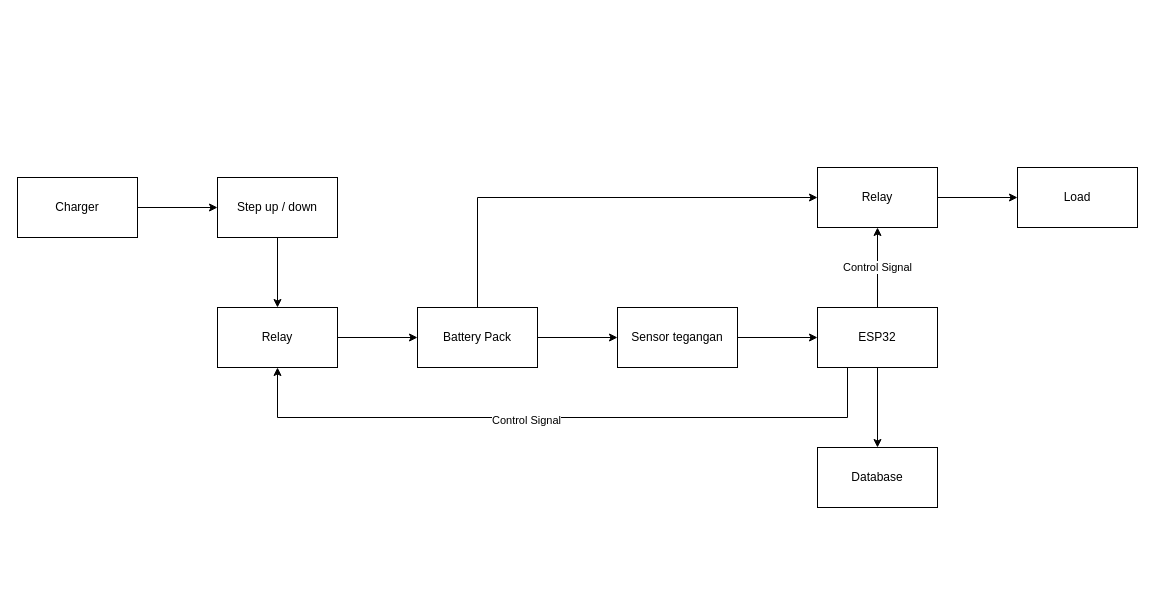
thomsardi/battery-monitoring keeps this draw.io diagram as Working diagram.drawio. Above is the earlier version. Source tidied: cells renumbered, new cells numbered last; positions are measured from the earlier drawing's top-left corner, leaving out a move shared by most shapes. Both pictures are drawn from the tidied source at 100%, with x=0, y=0 at pixel (17, 167).
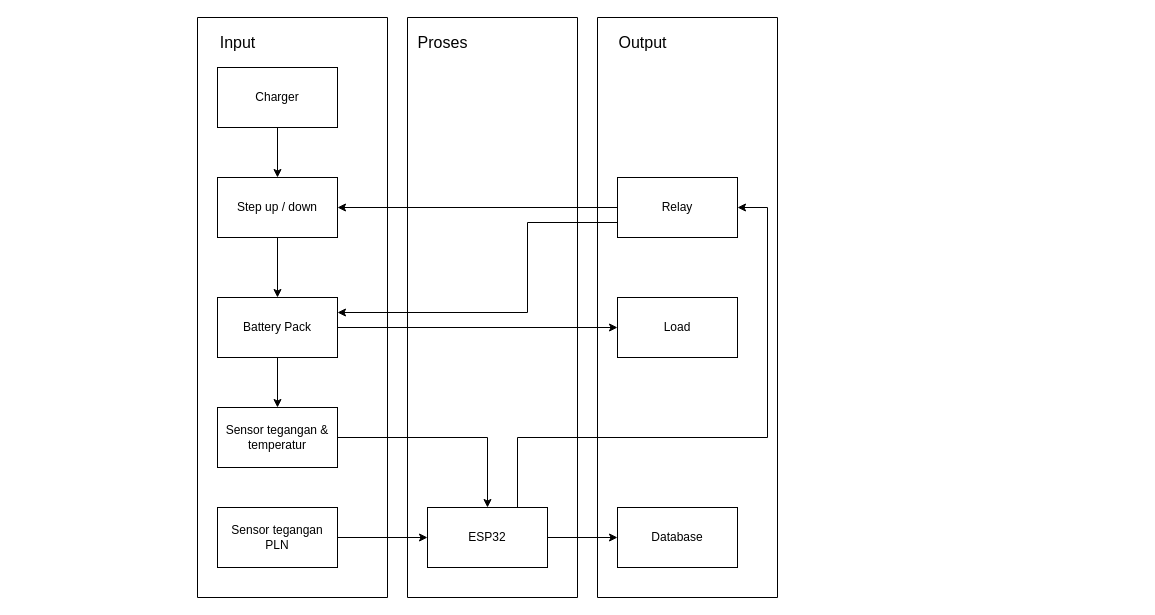
The same diagram, later.

Unchanged cells that the change refers to:
```xml
<mxCell id="5" value="Step up / down" style="rounded=0;whiteSpace=wrap;html=1;" parent="1" vertex="1">
  <mxGeometry x="200" y="10" width="120" height="60" as="geometry" />
</mxCell>
```

Diff of the diagram source:
```diff
@@
     <mxCell id="3" value="Charger" style="rounded=0;whiteSpace=wrap;html=1;" parent="1" vertex="1">
-      <mxGeometry y="10" width="120" height="60" as="geometry" />
+      <mxGeometry x="200" y="-100" width="120" height="60" as="geometry" />
     </mxCell>
-    <mxCell id="4" style="edgeStyle=orthogonalEdgeStyle;rounded=0;jettySize=auto;html=1;" parent="1" edge="1" source="5" target="7">
-      <mxGeometry relative="1" as="geometry" />
-    </mxCell>
+    <mxCell id="22" style="edgeStyle=orthogonalEdgeStyle;rounded=0;jettySize=auto;html=1;" parent="1" edge="1" source="5" target="10">
+      <mxGeometry relative="1" as="geometry" />
+    </mxCell>
@@
-    <mxCell id="6" style="edgeStyle=orthogonalEdgeStyle;rounded=0;jettySize=auto;html=1;" parent="1" edge="1" source="7" target="10">
-      <mxGeometry relative="1" as="geometry" />
-    </mxCell>
-    <mxCell id="7" value="Relay" style="rounded=0;whiteSpace=wrap;html=1;" parent="1" vertex="1">
-      <mxGeometry x="200" y="140" width="120" height="60" as="geometry" />
-    </mxCell>
@@
-    <mxCell id="9" style="edgeStyle=orthogonalEdgeStyle;rounded=0;jettySize=auto;html=1;entryX=0;entryY=0.5;entryDx=0;entryDy=0;" parent="1" edge="1" source="10" target="18">
-      <mxGeometry relative="1" as="geometry">
-        <Array as="points">
-          <mxPoint x="460" y="30" />
-        </Array>
-      </mxGeometry>
-    </mxCell>
+    <mxCell id="23" style="edgeStyle=orthogonalEdgeStyle;rounded=0;jettySize=auto;html=1;" parent="1" edge="1" source="10" target="21">
+      <mxGeometry relative="1" as="geometry" />
+    </mxCell>
     <mxCell id="10" value="Battery Pack" style="rounded=0;whiteSpace=wrap;html=1;" parent="1" vertex="1">
-      <mxGeometry x="400" y="140" width="120" height="60" as="geometry" />
+      <mxGeometry x="200" y="130" width="120" height="60" as="geometry" />
     </mxCell>
-    <mxCell id="11" style="edgeStyle=orthogonalEdgeStyle;rounded=0;jettySize=auto;html=1;" parent="1" edge="1" source="12" target="15">
+    <mxCell id="11" style="edgeStyle=orthogonalEdgeStyle;rounded=0;jettySize=auto;html=1;entryX=0.5;entryY=0;entryDx=0;entryDy=0;" parent="1" edge="1" source="12" target="15">
       <mxGeometry relative="1" as="geometry" />
     </mxCell>
-    <mxCell id="12" value="Sensor tegangan" style="rounded=0;whiteSpace=wrap;html=1;" parent="1" vertex="1">
-      <mxGeometry x="600" y="140" width="120" height="60" as="geometry" />
+    <mxCell id="12" value="Sensor tegangan &amp;amp; temperatur" style="rounded=0;whiteSpace=wrap;html=1;" parent="1" vertex="1">
+      <mxGeometry x="200" y="240" width="120" height="60" as="geometry" />
     </mxCell>
@@
-    <mxCell id="14" value="Control Signal" style="edgeStyle=orthogonalEdgeStyle;rounded=0;jettySize=auto;html=1;" parent="1" edge="1" source="15" target="18">
-      <mxGeometry relative="1" as="geometry" />
-    </mxCell>
     <mxCell id="15" value="ESP32" style="rounded=0;whiteSpace=wrap;html=1;" parent="1" vertex="1">
-      <mxGeometry x="800" y="140" width="120" height="60" as="geometry" />
+      <mxGeometry x="410" y="340" width="120" height="60" as="geometry" />
     </mxCell>
     <mxCell id="16" value="Database" style="rounded=0;whiteSpace=wrap;html=1;" parent="1" vertex="1">
-      <mxGeometry x="800" y="280" width="120" height="60" as="geometry" />
+      <mxGeometry x="600" y="340" width="120" height="60" as="geometry" />
     </mxCell>
-    <mxCell id="17" style="edgeStyle=orthogonalEdgeStyle;rounded=0;jettySize=auto;html=1;" parent="1" edge="1" source="18" target="21">
-      <mxGeometry relative="1" as="geometry" />
-    </mxCell>
-    <mxCell id="18" value="Relay" style="rounded=0;whiteSpace=wrap;html=1;" parent="1" vertex="1">
-      <mxGeometry x="800" width="120" height="60" as="geometry" />
-    </mxCell>
-    <mxCell id="19" style="endArrow=classic;html=1;rounded=0;entryX=0.5;entryY=1;entryDx=0;entryDy=0;exitX=0.25;exitY=1;exitDx=0;exitDy=0;" parent="1" edge="1" source="15" target="7">
-      <mxGeometry relative="1" as="geometry">
-        <Array as="points">
-          <mxPoint x="830" y="250" />
-          <mxPoint x="260" y="250" />
-        </Array>
-      </mxGeometry>
-    </mxCell>
-    <mxCell id="20" value="Control Signal" style="edgeLabel;html=1;align=center;verticalAlign=middle;" parent="19" vertex="1">
-      <mxGeometry x="0.11" y="2" relative="1" as="geometry" />
-    </mxCell>
     <mxCell id="21" value="Load" style="rounded=0;whiteSpace=wrap;html=1;" parent="1" vertex="1">
-      <mxGeometry x="1000" width="120" height="60" as="geometry" />
+      <mxGeometry x="600" y="130" width="120" height="60" as="geometry" />
     </mxCell>
+    <mxCell id="24" style="edgeStyle=orthogonalEdgeStyle;rounded=0;jettySize=auto;html=1;" parent="1" edge="1" source="25" target="15">
+      <mxGeometry relative="1" as="geometry" />
+    </mxCell>
+    <mxCell id="25" value="Sensor tegangan PLN" style="rounded=0;whiteSpace=wrap;html=1;" parent="1" vertex="1">
+      <mxGeometry x="200" y="340" width="120" height="60" as="geometry" />
+    </mxCell>
+    <mxCell id="26" style="edgeStyle=orthogonalEdgeStyle;rounded=0;jettySize=auto;html=1;entryX=1;entryY=0.5;entryDx=0;entryDy=0;" parent="1" edge="1" source="27" target="5">
+      <mxGeometry relative="1" as="geometry" />
+    </mxCell>
+    <mxCell id="27" value="Relay" style="rounded=0;whiteSpace=wrap;html=1;" parent="1" vertex="1">
+      <mxGeometry x="600" y="10" width="120" height="60" as="geometry" />
+    </mxCell>
+    <mxCell id="28" style="endArrow=classic;html=1;rounded=0;exitX=0.75;exitY=0;exitDx=0;exitDy=0;entryX=1;entryY=0.5;entryDx=0;entryDy=0;" parent="1" edge="1" source="15" target="27">
+      <mxGeometry relative="1" as="geometry">
+        <Array as="points">
+          <mxPoint x="500" y="270" />
+          <mxPoint x="750" y="270" />
+          <mxPoint x="750" y="40" />
+        </Array>
+      </mxGeometry>
+    </mxCell>
+    <mxCell id="29" style="endArrow=classic;html=1;rounded=0;entryX=1;entryY=0.25;entryDx=0;entryDy=0;exitX=0;exitY=0.75;exitDx=0;exitDy=0;" parent="1" edge="1" source="27" target="10">
+      <mxGeometry relative="1" as="geometry">
+        <Array as="points">
+          <mxPoint x="510" y="55" />
+          <mxPoint x="510" y="145" />
+        </Array>
+      </mxGeometry>
+    </mxCell>
+    <mxCell id="30" style="swimlane;startSize=0;" parent="1" vertex="1">
+      <mxGeometry x="180" y="-150" width="190" height="580" as="geometry" />
+    </mxCell>
+    <mxCell id="31" value="Input" style="text;html=1;align=center;verticalAlign=middle;strokeColor=none;fillColor=none;fontSize=16;" parent="30" vertex="1">
+      <mxGeometry x="10" y="10" width="60" height="30" as="geometry" />
+    </mxCell>
+    <mxCell id="32" style="swimlane;startSize=0;" parent="1" vertex="1">
+      <mxGeometry x="390" y="-150" width="170" height="580" as="geometry" />
+    </mxCell>
+    <mxCell id="33" value="Proses" style="text;html=1;align=center;verticalAlign=middle;strokeColor=none;fillColor=none;fontSize=16;" parent="32" vertex="1">
+      <mxGeometry y="10" width="70" height="30" as="geometry" />
+    </mxCell>
+    <mxCell id="34" style="swimlane;startSize=0;" parent="1" vertex="1">
+      <mxGeometry x="580" y="-150" width="180" height="580" as="geometry" />
+    </mxCell>
+    <mxCell id="35" value="Output" style="text;html=1;align=center;verticalAlign=middle;strokeColor=none;fillColor=none;fontSize=16;" parent="34" vertex="1">
+      <mxGeometry x="10" y="10" width="70" height="30" as="geometry" />
+    </mxCell>
```
